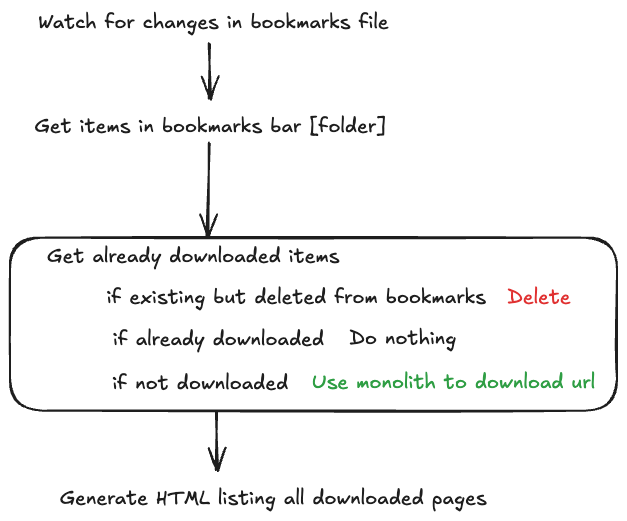
The Excalidraw diagram diagram.excalidraw.png in dobladov/offline-bookmarks, before a commit. Source tidied: one line per element, renumbered; positions are measured from the earlier drawing's top-left corner, leaving out a move shared by most shapes.
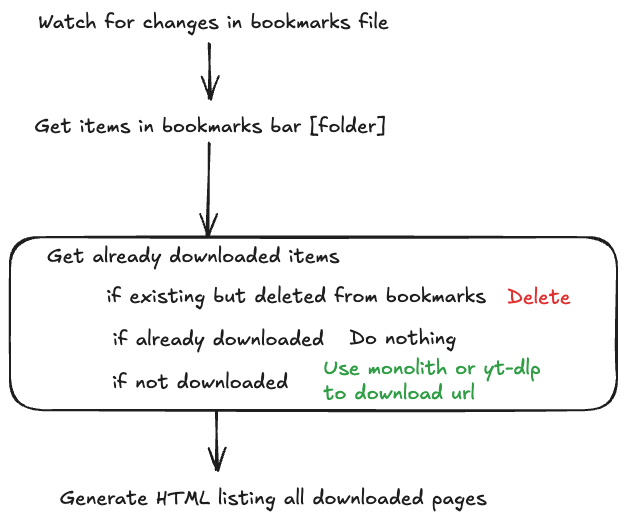
Above is the later version.

Change to the diagram source:
```diff
@@ -8,7 +8,7 @@
 {"id": 7, "type": "text", "text": "if already downloaded", "strokeColor": "#1e1e1e", "strokeWidth": 2, "roughness": 1, "fontSize": 20, "fontFamily": 5, "x": 103, "y": 318, "width": 211, "height": 25}
 {"id": 8, "type": "text", "text": "Do nothing", "strokeColor": "#1e1e1e", "strokeWidth": 2, "roughness": 1, "fontSize": 20, "fontFamily": 5, "x": 339, "y": 317, "width": 107, "height": 25}
 {"id": 9, "type": "text", "text": "if not downloaded", "strokeColor": "#1e1e1e", "strokeWidth": 2, "roughness": 1, "fontSize": 20, "fontFamily": 5, "x": 102, "y": 361, "width": 176, "height": 25}
-{"id": 10, "type": "text", "text": "Use monolith to download url", "strokeColor": "#2f9e44", "strokeWidth": 2, "roughness": 1, "fontSize": 20, "fontFamily": 5, "x": 302, "y": 361, "width": 283, "height": 25}
+{"id": 10, "type": "text", "text": "Use monolith or yt-dlp\nto download url", "strokeColor": "#2f9e44", "strokeWidth": 2, "roughness": 1, "fontSize": 20, "fontFamily": 5, "x": 314, "y": 347, "width": 217, "height": 50}
 {"id": 11, "type": "rectangle", "strokeColor": "#1e1e1e", "strokeWidth": 2, "roughness": 1, "round": true, "x": 0, "y": 228, "width": 607, "height": 173}
-{"id": 12, "type": "arrow", "strokeColor": "#1e1e1e", "strokeWidth": 2, "roughness": 1, "endArrowhead": "arrow", "round": true, "from": 0, "to": 11, "x": 199, "y": 133, "width": 1, "height": 94, "points": [[0, 0], [-1, 94]]}
+{"id": 12, "type": "arrow", "strokeColor": "#1e1e1e", "strokeWidth": 2, "roughness": 1, "endArrowhead": "arrow", "round": true, "from": 0, "to": 11, "x": 199, "y": 134, "width": 1, "height": 93, "points": [[0, 0], [-1, 93]]}
-{"id": 13, "type": "arrow", "strokeColor": "#1e1e1e", "strokeWidth": 2, "roughness": 1, "endArrowhead": "arrow", "round": true, "from": 11, "to": 3, "x": 207, "y": 401, "width": 0, "height": 60, "points": [[0, 0], [0, 60]]}
+{"id": 13, "type": "arrow", "strokeColor": "#1e1e1e", "strokeWidth": 2, "roughness": 1, "endArrowhead": "arrow", "round": true, "from": 11, "to": 3, "x": 207, "y": 401, "width": 0, "height": 61, "points": [[0, 0], [0, 61]]}
```
